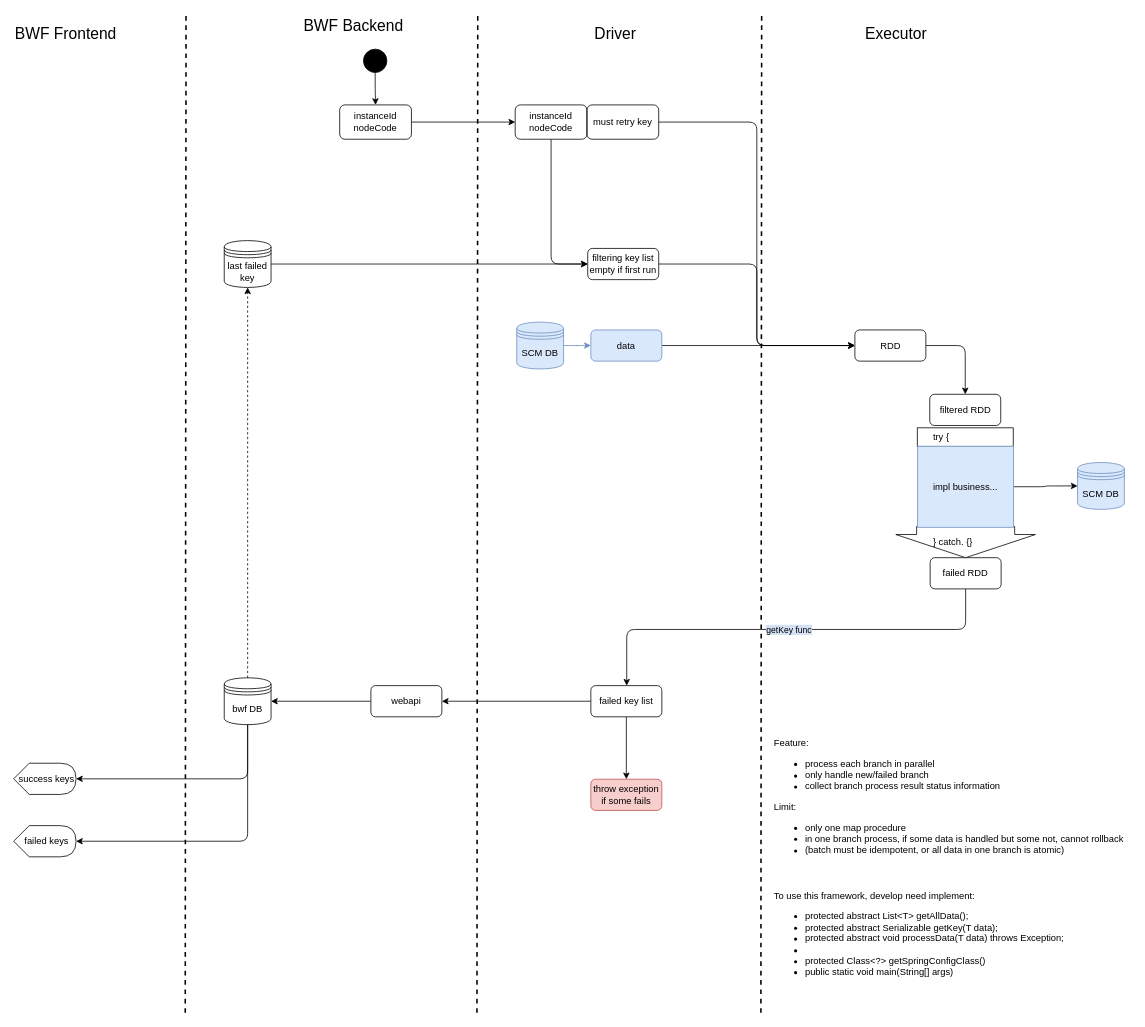
This is bwf/Transactional spark batch framework.drawio from wzdxt/uml, a draw.io file, before an edit. Source tidied: cells renumbered, new cells numbered last; positions are measured from the earlier drawing's top-left corner, leaving out a move shared by most shapes. Both pictures are drawn from the tidied source at 78%, with x=0, y=0 at pixel (13, 14).
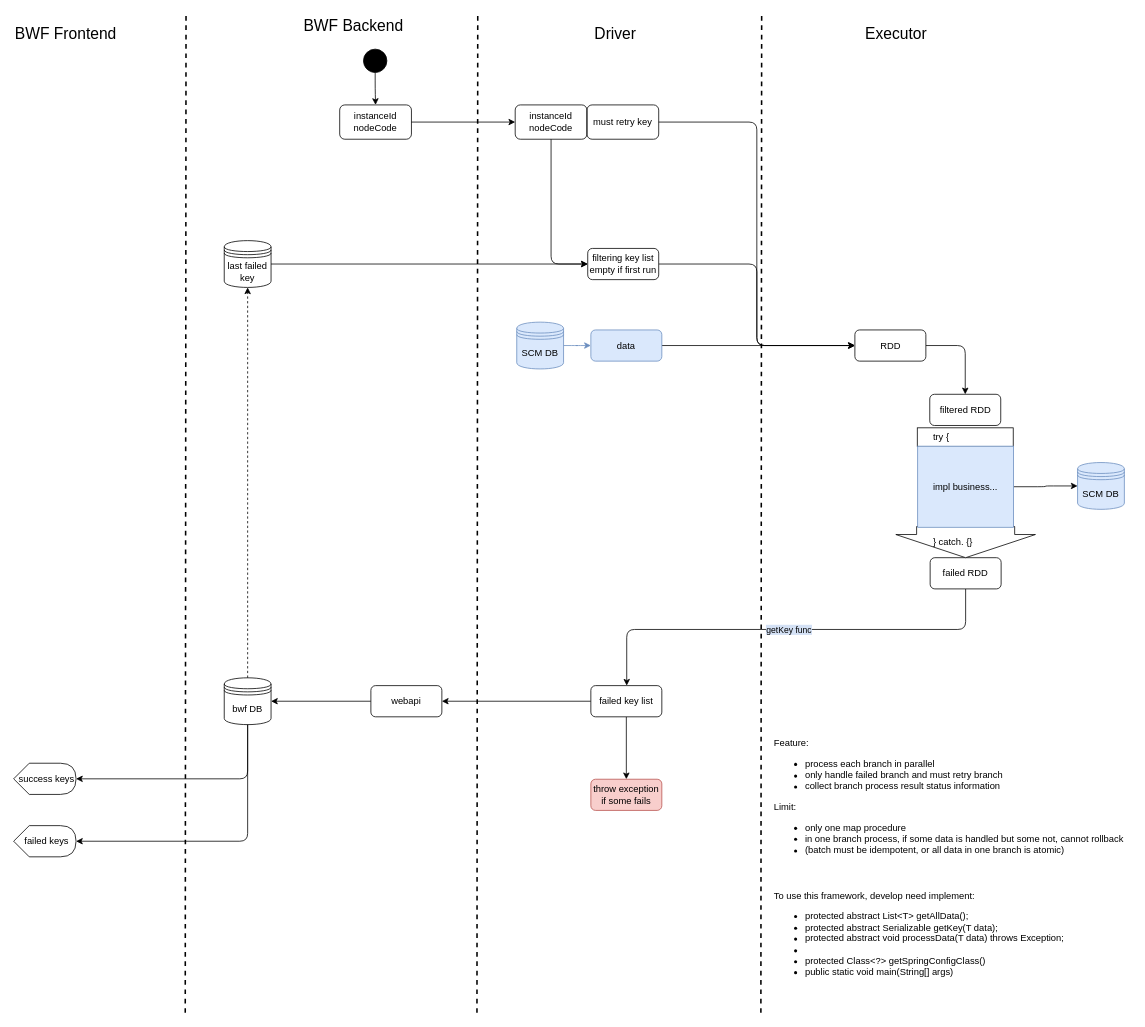
Above is the later version.

The edit, as a diff of the source:
```diff
@@
-    <mxCell id="45" value="Feature:&lt;br&gt;&lt;ul&gt;&lt;li&gt;process each branch in parallel&lt;/li&gt;&lt;li&gt;only handle new/failed branch&lt;/li&gt;&lt;li&gt;collect branch process result status information&lt;/li&gt;&lt;/ul&gt;Limit:&lt;br&gt;&lt;ul&gt;&lt;li&gt;only one map procedure&lt;/li&gt;&lt;li&gt;in one branch process, if some data is handled but some not, cannot rollback&lt;/li&gt;&lt;li&gt;(batch must be idempotent, or all data in one branch is atomic)&lt;/li&gt;&lt;/ul&gt;" style="text;html=1;align=left;verticalAlign=top;spacingTop=-4;" parent="1" vertex="1">
+    <mxCell id="45" value="Feature:&lt;br&gt;&lt;ul&gt;&lt;li&gt;process each branch in parallel&lt;/li&gt;&lt;li&gt;only handle failed branch and must retry branch&lt;/li&gt;&lt;li&gt;collect branch process result status information&lt;/li&gt;&lt;/ul&gt;Limit:&lt;br&gt;&lt;ul&gt;&lt;li&gt;only one map procedure&lt;/li&gt;&lt;li&gt;in one branch process, if some data is handled but some not, cannot rollback&lt;/li&gt;&lt;li&gt;(batch must be idempotent, or all data in one branch is atomic)&lt;/li&gt;&lt;/ul&gt;" style="text;html=1;align=left;verticalAlign=top;spacingTop=-4;" parent="1" vertex="1">
       <mxGeometry x="973" y="925" width="460" height="160" as="geometry" />
     </mxCell>
```
